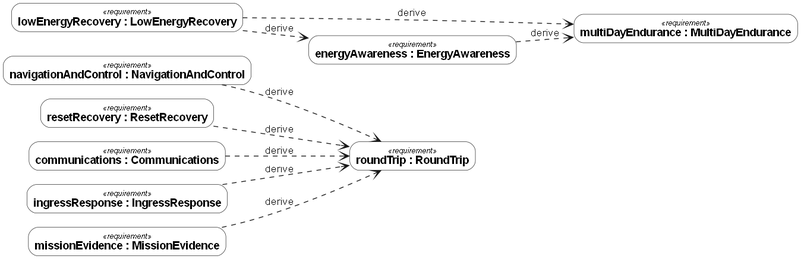
Above: docs/figures/requirements-derivation.png in DavidIngraham/sv-blue-dog (Graphviz), before the change. Its source is kept beside it as docs/figures/requirements-derivation.dot.
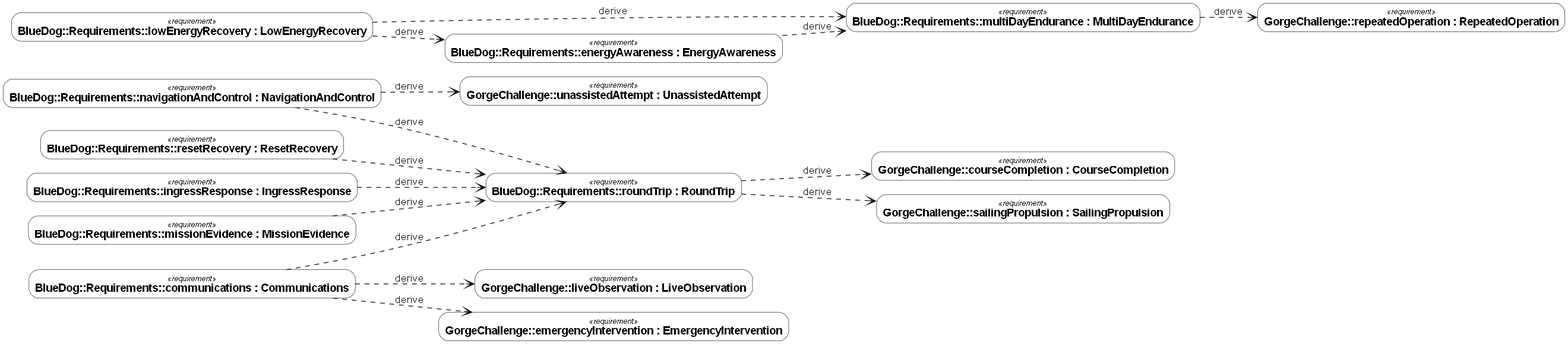
Later version of the same file.

Diff of the diagram source:
```diff
@@ -2,21 +2,33 @@
   graph [fontname="Helvetica"];
   node [shape=box, style=filled, fillcolor=white, color="#181818", fontname="Helvetica", fontsize=14, penwidth=0.5];
   edge [color="#181818", fontname="Helvetica", fontsize=13, penwidth=1];
-  "n0" [style="rounded,filled", label=<<font point-size="10"><i>«requirement»</i></font><br/><b>roundTrip : RoundTrip</b>>];
-  "n1" [style="rounded,filled", label=<<font point-size="10"><i>«requirement»</i></font><br/><b>multiDayEndurance : MultiDayEndurance</b>>];
-  "n2" [style="rounded,filled", label=<<font point-size="10"><i>«requirement»</i></font><br/><b>energyAwareness : EnergyAwareness</b>>];
-  "n3" [style="rounded,filled", label=<<font point-size="10"><i>«requirement»</i></font><br/><b>navigationAndControl : NavigationAndControl</b>>];
-  "n4" [style="rounded,filled", label=<<font point-size="10"><i>«requirement»</i></font><br/><b>resetRecovery : ResetRecovery</b>>];
-  "n5" [style="rounded,filled", label=<<font point-size="10"><i>«requirement»</i></font><br/><b>lowEnergyRecovery : LowEnergyRecovery</b>>];
-  "n6" [style="rounded,filled", label=<<font point-size="10"><i>«requirement»</i></font><br/><b>communications : Communications</b>>];
-  "n7" [style="rounded,filled", label=<<font point-size="10"><i>«requirement»</i></font><br/><b>ingressResponse : IngressResponse</b>>];
-  "n8" [style="rounded,filled", label=<<font point-size="10"><i>«requirement»</i></font><br/><b>missionEvidence : MissionEvidence</b>>];
-  "n3" -> "n0" [label="derive", arrowhead=vee, style=dashed];
-  "n4" -> "n0" [label="derive", arrowhead=vee, style=dashed];
+  "n0" [style="rounded,filled", label=<<font point-size="10"><i>«requirement»</i></font><br/><b>GorgeChallenge::courseCompletion : CourseCompletion</b>>];
+  "n1" [style="rounded,filled", label=<<font point-size="10"><i>«requirement»</i></font><br/><b>GorgeChallenge::repeatedOperation : RepeatedOperation</b>>];
+  "n2" [style="rounded,filled", label=<<font point-size="10"><i>«requirement»</i></font><br/><b>GorgeChallenge::unassistedAttempt : UnassistedAttempt</b>>];
+  "n3" [style="rounded,filled", label=<<font point-size="10"><i>«requirement»</i></font><br/><b>GorgeChallenge::sailingPropulsion : SailingPropulsion</b>>];
+  "n4" [style="rounded,filled", label=<<font point-size="10"><i>«requirement»</i></font><br/><b>GorgeChallenge::liveObservation : LiveObservation</b>>];
+  "n5" [style="rounded,filled", label=<<font point-size="10"><i>«requirement»</i></font><br/><b>GorgeChallenge::emergencyIntervention : EmergencyIntervention</b>>];
+  "n6" [style="rounded,filled", label=<<font point-size="10"><i>«requirement»</i></font><br/><b>BlueDog::Requirements::roundTrip : RoundTrip</b>>];
+  "n7" [style="rounded,filled", label=<<font point-size="10"><i>«requirement»</i></font><br/><b>BlueDog::Requirements::multiDayEndurance : MultiDayEndurance</b>>];
+  "n8" [style="rounded,filled", label=<<font point-size="10"><i>«requirement»</i></font><br/><b>BlueDog::Requirements::energyAwareness : EnergyAwareness</b>>];
+  "n9" [style="rounded,filled", label=<<font point-size="10"><i>«requirement»</i></font><br/><b>BlueDog::Requirements::navigationAndControl : NavigationAndControl</b>>];
+  "n10" [style="rounded,filled", label=<<font point-size="10"><i>«requirement»</i></font><br/><b>BlueDog::Requirements::resetRecovery : ResetRecovery</b>>];
+  "n11" [style="rounded,filled", label=<<font point-size="10"><i>«requirement»</i></font><br/><b>BlueDog::Requirements::lowEnergyRecovery : LowEnergyRecovery</b>>];
+  "n12" [style="rounded,filled", label=<<font point-size="10"><i>«requirement»</i></font><br/><b>BlueDog::Requirements::communications : Communications</b>>];
+  "n13" [style="rounded,filled", label=<<font point-size="10"><i>«requirement»</i></font><br/><b>BlueDog::Requirements::ingressResponse : IngressResponse</b>>];
+  "n14" [style="rounded,filled", label=<<font point-size="10"><i>«requirement»</i></font><br/><b>BlueDog::Requirements::missionEvidence : MissionEvidence</b>>];
   "n6" -> "n0" [label="derive", arrowhead=vee, style=dashed];
-  "n7" -> "n0" [label="derive", arrowhead=vee, style=dashed];
-  "n8" -> "n0" [label="derive", arrowhead=vee, style=dashed];
-  "n2" -> "n1" [label="derive", arrowhead=vee, style=dashed];
-  "n5" -> "n1" [label="derive", arrowhead=vee, style=dashed];
-  "n5" -> "n2" [label="derive", arrowhead=vee, style=dashed];
+  "n7" -> "n1" [label="derive", arrowhead=vee, style=dashed];
+  "n9" -> "n2" [label="derive", arrowhead=vee, style=dashed];
+  "n6" -> "n3" [label="derive", arrowhead=vee, style=dashed];
+  "n12" -> "n4" [label="derive", arrowhead=vee, style=dashed];
+  "n12" -> "n5" [label="derive", arrowhead=vee, style=dashed];
+  "n9" -> "n6" [label="derive", arrowhead=vee, style=dashed];
+  "n10" -> "n6" [label="derive", arrowhead=vee, style=dashed];
+  "n12" -> "n6" [label="derive", arrowhead=vee, style=dashed];
+  "n13" -> "n6" [label="derive", arrowhead=vee, style=dashed];
+  "n14" -> "n6" [label="derive", arrowhead=vee, style=dashed];
+  "n8" -> "n7" [label="derive", arrowhead=vee, style=dashed];
+  "n11" -> "n7" [label="derive", arrowhead=vee, style=dashed];
+  "n11" -> "n8" [label="derive", arrowhead=vee, style=dashed];
 }
```
